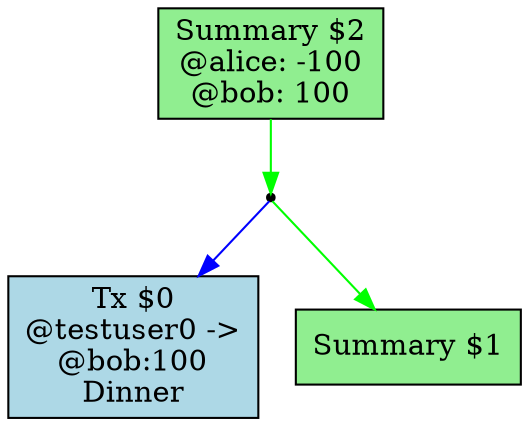
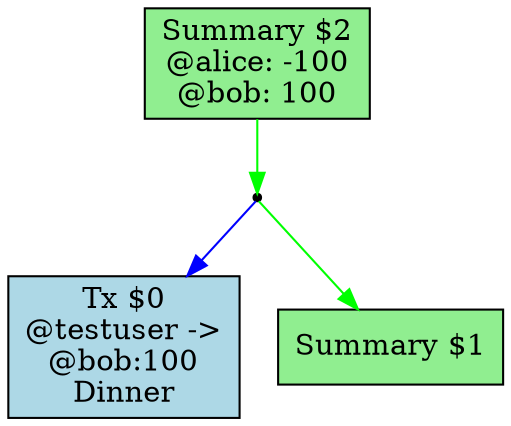
digraph G {
  node [shape=box];
-   "$0" [label="Tx $0\n@testuser0 ->\n@bob:100\nDinner", style=filled, fillcolor=lightblue];
+   "$0" [label="Tx $0\n@testuser ->\n@bob:100\nDinner", style=filled, fillcolor=lightblue];
  "$1" [label="Summary $1\n", style=filled, fillcolor=lightgreen];
  "$2" [label="Summary $2\n@alice: -100\n@bob: 100", style=filled, fillcolor=lightgreen];
  "ind_$2_$1" [shape=point];
  "$2" -> "ind_$2_$1" [color=green];
  "ind_$2_$1" -> "$1" [color=green];
  "ind_$2_$1" -> "$0" [color=blue];
}
